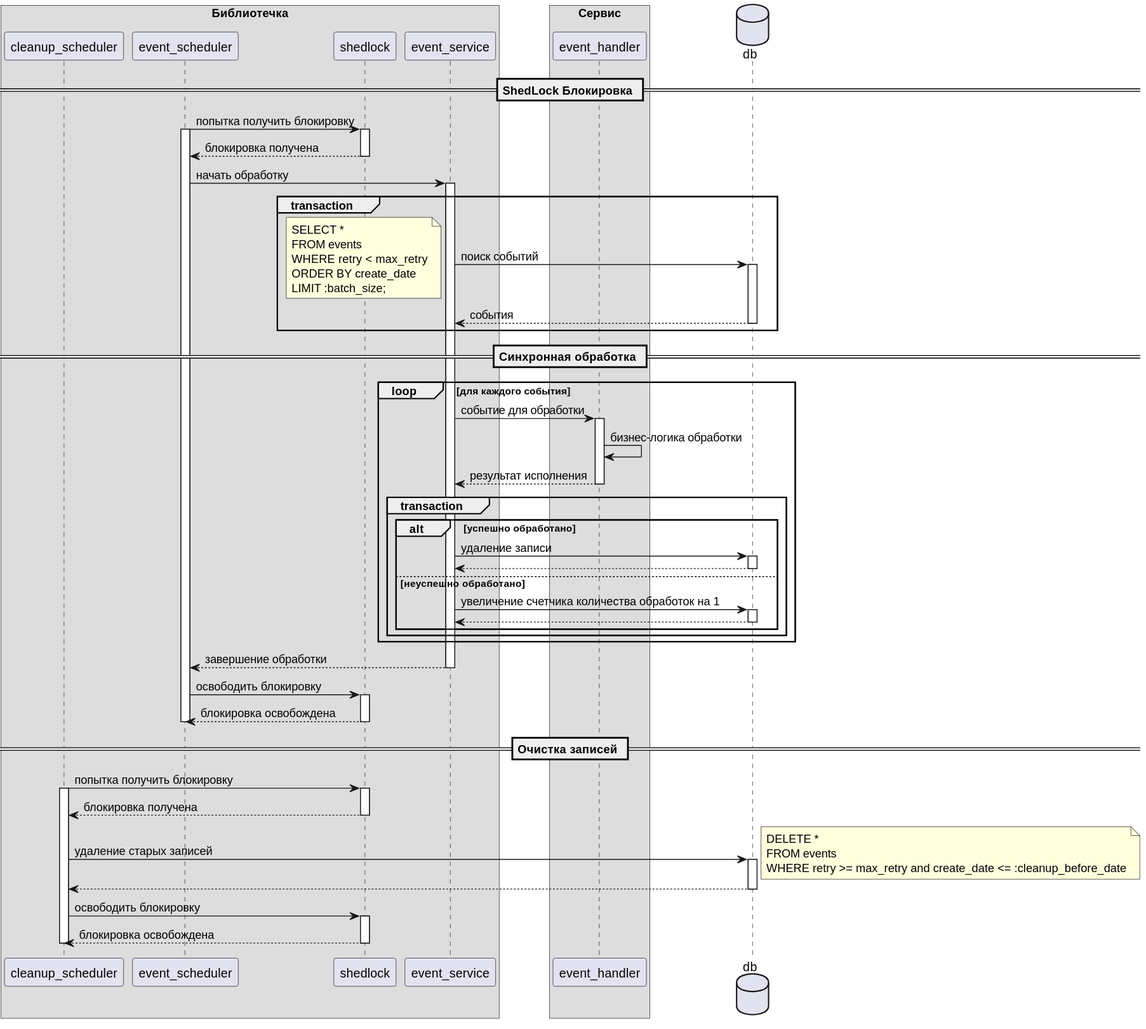
laym0n/eventhandling keeps this PlantUML diagram as out/result_processing/processing.svg. Above is the earlier version. Its diagram source:
```plantuml
@startuml
box "Библиотечка"
participant cleanup_scheduler
participant event_scheduler
participant shedlock
participant event_service
end box

box "Сервис"
participant event_handler
end box

database db

== ShedLock Блокировка ==

event_scheduler -> shedlock : попытка получить блокировку
activate event_scheduler
activate shedlock

shedlock --> event_scheduler : блокировка получена
deactivate shedlock

event_scheduler -> event_service : начать обработку
activate event_service

group transaction
    event_service -> db : поиск событий
    note left
        SELECT *
        FROM events
        WHERE retry < max_retry
        ORDER BY create_date
        LIMIT :batch_size;
    end note
    activate db
    db --> event_service : события
    deactivate db
end

== Синхронная обработка ==
loop для каждого события
    event_service -> event_handler : событие для обработки
    activate event_handler

    event_handler -> event_handler : бизнес-логика обработки

    event_handler --> event_service : результат исполнения
    deactivate event_handler

    group transaction
        alt успешно обработано
            event_service -> db : удаление записи
            activate db
            db --> event_service
            deactivate db
        else неуспешно обработано
            event_service -> db : увеличение счетчика количества обработок на 1
            activate db
            db --> event_service
            deactivate db
        end
    end
end

event_service --> event_scheduler : завершение обработки
deactivate event_service

event_scheduler -> shedlock : освободить блокировку
activate shedlock
shedlock --> event_scheduler : блокировка освобождена
deactivate shedlock

deactivate event_scheduler

== Очистка записей ==

cleanup_scheduler -> shedlock : попытка получить блокировку
activate cleanup_scheduler
activate shedlock

shedlock --> cleanup_scheduler : блокировка получена
deactivate shedlock

cleanup_scheduler -> db : удаление старых записей
note right
    DELETE *
    FROM events
    WHERE retry >= max_retry and create_date <= :cleanup_before_date
end note
activate db
db --> cleanup_scheduler
deactivate db

cleanup_scheduler -> shedlock : освободить блокировку
activate shedlock
shedlock --> cleanup_scheduler : блокировка освобождена
deactivate shedlock

deactivate cleanup_scheduler
@enduml
```
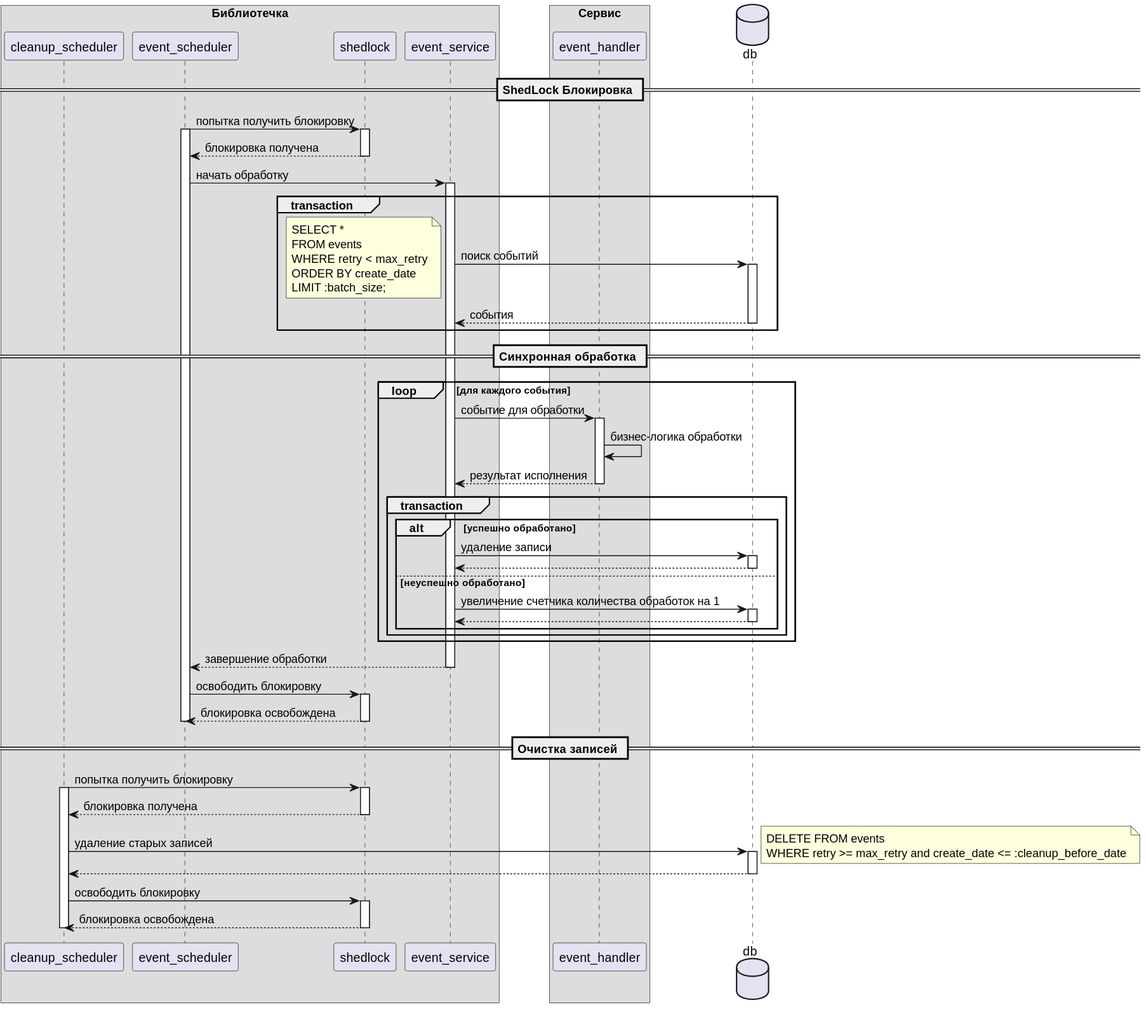
After the change.

What changed in the source:
```diff
@@ -1,13 +1,13 @@
 @startuml
 box "Библиотечка"
-participant cleanup_scheduler
-participant event_scheduler
-participant shedlock
-participant event_service
+    participant cleanup_scheduler
+    participant event_scheduler
+    participant shedlock
+    participant event_service
 end box
 
 box "Сервис"
-participant event_handler
+    participant event_handler
 end box
 
 database db
@@ -84,8 +84,7 @@
 
 cleanup_scheduler -> db : удаление старых записей
 note right
-    DELETE *
-    FROM events
+    DELETE FROM events
     WHERE retry >= max_retry and create_date <= :cleanup_before_date
 end note
 activate db
```
